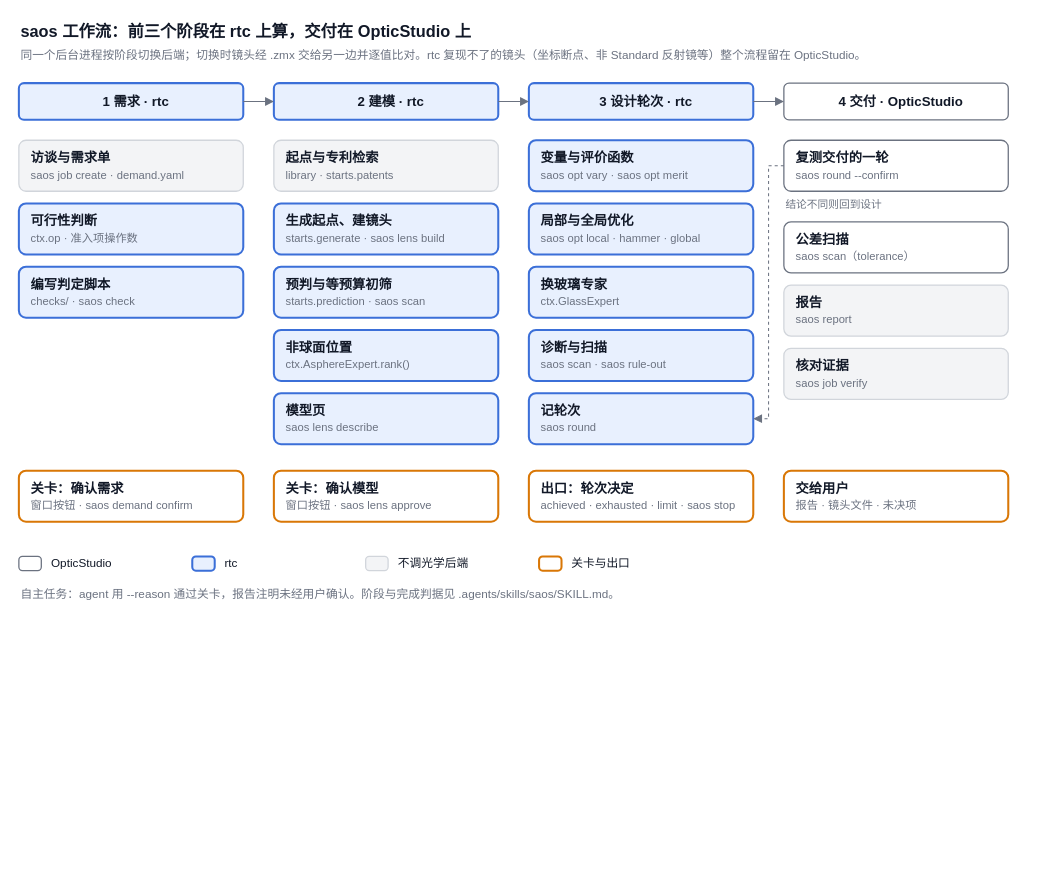
This is docs/workflow.drawio from Cyli00/saos, a draw.io file, before an edit. Source tidied: cells renumbered, new cells numbered last; positions are measured from the earlier drawing's top-left corner, leaving out a move shared by most shapes. Both pictures are drawn from the tidied source at 102%, with x=0, y=0 at pixel (18, 17).
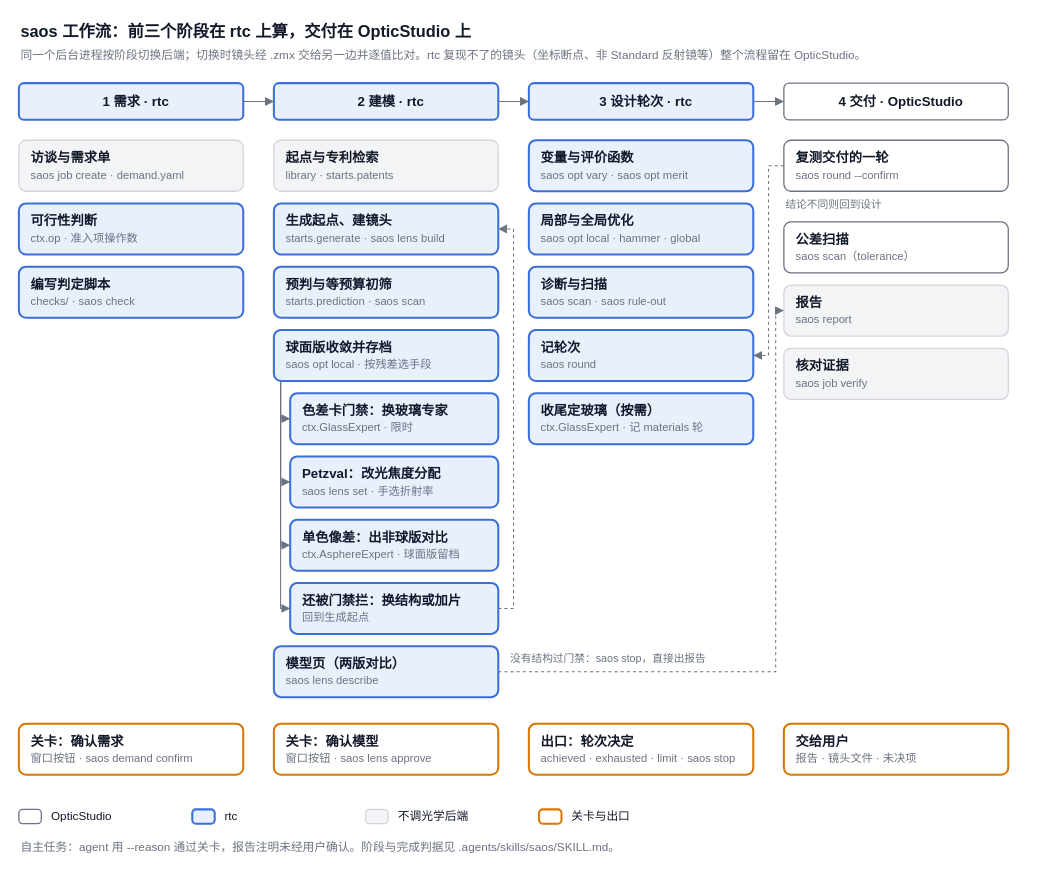
After the change.

Unchanged cells that the change refers to:
```xml
<mxCell id="11" value="&lt;b&gt;生成起点、建镜头&lt;/b&gt;&lt;br&gt;&lt;font style=&quot;font-size:11px&quot; color=&quot;#6B7280&quot;&gt;starts.generate · saos lens build&lt;/font&gt;" style="rounded=1;arcSize=14;whiteSpace=wrap;html=1;align=left;verticalAlign=middle;spacingLeft=10;fontSize=13;fontColor=#111827;fillColor=#E8F0FE;strokeColor=#3B6FD8;strokeWidth=2;" parent="1" vertex="1">
  <mxGeometry x="250" y="182" width="220" height="50" as="geometry" />
</mxCell>
<mxCell id="24" value="&lt;b&gt;复测交付的一轮&lt;/b&gt;&lt;br&gt;&lt;font style=&quot;font-size:11px&quot; color=&quot;#6B7280&quot;&gt;saos round --confirm&lt;/font&gt;" style="rounded=1;arcSize=14;whiteSpace=wrap;html=1;align=left;verticalAlign=middle;spacingLeft=10;fontSize=13;fontColor=#111827;fillColor=#FFFFFF;strokeColor=#6B7280;strokeWidth=1.25;" parent="1" vertex="1">
  <mxGeometry x="750" y="120" width="220" height="50" as="geometry" />
</mxCell>
<mxCell id="26" value="&lt;b&gt;报告&lt;/b&gt;&lt;br&gt;&lt;font style=&quot;font-size:11px&quot; color=&quot;#6B7280&quot;&gt;saos report&lt;/font&gt;" style="rounded=1;arcSize=14;whiteSpace=wrap;html=1;align=left;verticalAlign=middle;spacingLeft=10;fontSize=13;fontColor=#111827;fillColor=#F3F4F6;strokeColor=#D1D5DB;strokeWidth=1.25;" parent="1" vertex="1">
  <mxGeometry x="750" y="262" width="220" height="50" as="geometry" />
</mxCell>
```

The edit, as a diff of the source:
```diff
@@
     <mxCell id="8" value="&lt;b&gt;关卡：确认需求&lt;/b&gt;&lt;br&gt;&lt;font style=&quot;font-size:11px&quot; color=&quot;#6B7280&quot;&gt;窗口按钮 · saos demand confirm&lt;/font&gt;" style="rounded=1;arcSize=14;whiteSpace=wrap;html=1;align=left;verticalAlign=middle;spacingLeft=10;fontSize=13;fontColor=#111827;fillColor=#FFFFFF;strokeColor=#D97706;strokeWidth=2;" parent="1" vertex="1">
-      <mxGeometry y="444" width="220" height="50" as="geometry" />
+      <mxGeometry y="692" width="220" height="50" as="geometry" />
     </mxCell>
@@
-    <mxCell id="13" value="&lt;b&gt;非球面位置&lt;/b&gt;&lt;br&gt;&lt;font style=&quot;font-size:11px&quot; color=&quot;#6B7280&quot;&gt;ctx.AsphereExpert.rank()&lt;/font&gt;" style="rounded=1;arcSize=14;whiteSpace=wrap;html=1;align=left;verticalAlign=middle;spacingLeft=10;fontSize=13;fontColor=#111827;fillColor=#E8F0FE;strokeColor=#3B6FD8;strokeWidth=2;" parent="1" vertex="1">
+    <mxCell id="13" value="&lt;b&gt;球面版收敛并存档&lt;/b&gt;&lt;br&gt;&lt;font style=&quot;font-size:11px&quot; color=&quot;#6B7280&quot;&gt;saos opt local · 按残差选手段&lt;/font&gt;" style="rounded=1;arcSize=14;whiteSpace=wrap;html=1;align=left;verticalAlign=middle;spacingLeft=10;fontSize=13;fontColor=#111827;fillColor=#E8F0FE;strokeColor=#3B6FD8;strokeWidth=2;" parent="1" vertex="1">
       <mxGeometry x="250" y="306" width="220" height="50" as="geometry" />
     </mxCell>
+    <mxCell id="43" value="&lt;b&gt;色差卡门禁：换玻璃专家&lt;/b&gt;&lt;br&gt;&lt;font style=&quot;font-size:11px&quot; color=&quot;#6B7280&quot;&gt;ctx.GlassExpert · 限时&lt;/font&gt;" style="rounded=1;arcSize=14;whiteSpace=wrap;html=1;align=left;verticalAlign=middle;spacingLeft=10;fontSize=13;fontColor=#111827;fillColor=#E8F0FE;strokeColor=#3B6FD8;strokeWidth=2;" parent="1" vertex="1">
+      <mxGeometry x="266" y="368" width="204" height="50" as="geometry" />
+    </mxCell>
+    <mxCell id="44" value="&lt;b&gt;Petzval：改光焦度分配&lt;/b&gt;&lt;br&gt;&lt;font style=&quot;font-size:11px&quot; color=&quot;#6B7280&quot;&gt;saos lens set · 手选折射率&lt;/font&gt;" style="rounded=1;arcSize=14;whiteSpace=wrap;html=1;align=left;verticalAlign=middle;spacingLeft=10;fontSize=13;fontColor=#111827;fillColor=#E8F0FE;strokeColor=#3B6FD8;strokeWidth=2;" parent="1" vertex="1">
+      <mxGeometry x="266" y="430" width="204" height="50" as="geometry" />
+    </mxCell>
+    <mxCell id="45" value="&lt;b&gt;单色像差：出非球版对比&lt;/b&gt;&lt;br&gt;&lt;font style=&quot;font-size:11px&quot; color=&quot;#6B7280&quot;&gt;ctx.AsphereExpert · 球面版留档&lt;/font&gt;" style="rounded=1;arcSize=14;whiteSpace=wrap;html=1;align=left;verticalAlign=middle;spacingLeft=10;fontSize=13;fontColor=#111827;fillColor=#E8F0FE;strokeColor=#3B6FD8;strokeWidth=2;" parent="1" vertex="1">
+      <mxGeometry x="266" y="492" width="204" height="50" as="geometry" />
+    </mxCell>
+    <mxCell id="46" value="&lt;b&gt;还被门禁拦：换结构或加片&lt;/b&gt;&lt;br&gt;&lt;font style=&quot;font-size:11px&quot; color=&quot;#6B7280&quot;&gt;回到生成起点&lt;/font&gt;" style="rounded=1;arcSize=14;whiteSpace=wrap;html=1;align=left;verticalAlign=middle;spacingLeft=10;fontSize=13;fontColor=#111827;fillColor=#E8F0FE;strokeColor=#3B6FD8;strokeWidth=2;" parent="1" vertex="1">
+      <mxGeometry x="266" y="554" width="204" height="50" as="geometry" />
+    </mxCell>
-    <mxCell id="14" value="&lt;b&gt;模型页&lt;/b&gt;&lt;br&gt;&lt;font style=&quot;font-size:11px&quot; color=&quot;#6B7280&quot;&gt;saos lens describe&lt;/font&gt;" style="rounded=1;arcSize=14;whiteSpace=wrap;html=1;align=left;verticalAlign=middle;spacingLeft=10;fontSize=13;fontColor=#111827;fillColor=#E8F0FE;strokeColor=#3B6FD8;strokeWidth=2;" parent="1" vertex="1">
-      <mxGeometry x="250" y="368" width="220" height="50" as="geometry" />
+    <mxCell id="14" value="&lt;b&gt;模型页（两版对比）&lt;/b&gt;&lt;br&gt;&lt;font style=&quot;font-size:11px&quot; color=&quot;#6B7280&quot;&gt;saos lens describe&lt;/font&gt;" style="rounded=1;arcSize=14;whiteSpace=wrap;html=1;align=left;verticalAlign=middle;spacingLeft=10;fontSize=13;fontColor=#111827;fillColor=#E8F0FE;strokeColor=#3B6FD8;strokeWidth=2;" parent="1" vertex="1">
+      <mxGeometry x="250" y="616" width="220" height="50" as="geometry" />
     </mxCell>
     <mxCell id="15" value="&lt;b&gt;关卡：确认模型&lt;/b&gt;&lt;br&gt;&lt;font style=&quot;font-size:11px&quot; color=&quot;#6B7280&quot;&gt;窗口按钮 · saos lens approve&lt;/font&gt;" style="rounded=1;arcSize=14;whiteSpace=wrap;html=1;align=left;verticalAlign=middle;spacingLeft=10;fontSize=13;fontColor=#111827;fillColor=#FFFFFF;strokeColor=#D97706;strokeWidth=2;" parent="1" vertex="1">
-      <mxGeometry x="250" y="444" width="220" height="50" as="geometry" />
+      <mxGeometry x="250" y="692" width="220" height="50" as="geometry" />
     </mxCell>
@@
-    <mxCell id="19" value="&lt;b&gt;换玻璃专家&lt;/b&gt;&lt;br&gt;&lt;font style=&quot;font-size:11px&quot; color=&quot;#6B7280&quot;&gt;ctx.GlassExpert&lt;/font&gt;" style="rounded=1;arcSize=14;whiteSpace=wrap;html=1;align=left;verticalAlign=middle;spacingLeft=10;fontSize=13;fontColor=#111827;fillColor=#E8F0FE;strokeColor=#3B6FD8;strokeWidth=2;" parent="1" vertex="1">
-      <mxGeometry x="500" y="244" width="220" height="50" as="geometry" />
-    </mxCell>
     <mxCell id="20" value="&lt;b&gt;诊断与扫描&lt;/b&gt;&lt;br&gt;&lt;font style=&quot;font-size:11px&quot; color=&quot;#6B7280&quot;&gt;saos scan · saos rule-out&lt;/font&gt;" style="rounded=1;arcSize=14;whiteSpace=wrap;html=1;align=left;verticalAlign=middle;spacingLeft=10;fontSize=13;fontColor=#111827;fillColor=#E8F0FE;strokeColor=#3B6FD8;strokeWidth=2;" parent="1" vertex="1">
-      <mxGeometry x="500" y="306" width="220" height="50" as="geometry" />
+      <mxGeometry x="500" y="244" width="220" height="50" as="geometry" />
     </mxCell>
     <mxCell id="21" value="&lt;b&gt;记轮次&lt;/b&gt;&lt;br&gt;&lt;font style=&quot;font-size:11px&quot; color=&quot;#6B7280&quot;&gt;saos round&lt;/font&gt;" style="rounded=1;arcSize=14;whiteSpace=wrap;html=1;align=left;verticalAlign=middle;spacingLeft=10;fontSize=13;fontColor=#111827;fillColor=#E8F0FE;strokeColor=#3B6FD8;strokeWidth=2;" parent="1" vertex="1">
-      <mxGeometry x="500" y="368" width="220" height="50" as="geometry" />
+      <mxGeometry x="500" y="306" width="220" height="50" as="geometry" />
     </mxCell>
+    <mxCell id="47" value="&lt;b&gt;收尾定玻璃（按需）&lt;/b&gt;&lt;br&gt;&lt;font style=&quot;font-size:11px&quot; color=&quot;#6B7280&quot;&gt;ctx.GlassExpert · 记 materials 轮&lt;/font&gt;" style="rounded=1;arcSize=14;whiteSpace=wrap;html=1;align=left;verticalAlign=middle;spacingLeft=10;fontSize=13;fontColor=#111827;fillColor=#E8F0FE;strokeColor=#3B6FD8;strokeWidth=2;" parent="1" vertex="1">
+      <mxGeometry x="500" y="368" width="220" height="50" as="geometry" />
+    </mxCell>
     <mxCell id="22" value="&lt;b&gt;出口：轮次决定&lt;/b&gt;&lt;br&gt;&lt;font style=&quot;font-size:11px&quot; color=&quot;#6B7280&quot;&gt;achieved · exhausted · limit · saos stop&lt;/font&gt;" style="rounded=1;arcSize=14;whiteSpace=wrap;html=1;align=left;verticalAlign=middle;spacingLeft=10;fontSize=13;fontColor=#111827;fillColor=#FFFFFF;strokeColor=#D97706;strokeWidth=2;" parent="1" vertex="1">
-      <mxGeometry x="500" y="444" width="220" height="50" as="geometry" />
+      <mxGeometry x="500" y="692" width="220" height="50" as="geometry" />
     </mxCell>
@@
     <mxCell id="28" value="&lt;b&gt;交给用户&lt;/b&gt;&lt;br&gt;&lt;font style=&quot;font-size:11px&quot; color=&quot;#6B7280&quot;&gt;报告 · 镜头文件 · 未决项&lt;/font&gt;" style="rounded=1;arcSize=14;whiteSpace=wrap;html=1;align=left;verticalAlign=middle;spacingLeft=10;fontSize=13;fontColor=#111827;fillColor=#FFFFFF;strokeColor=#D97706;strokeWidth=2;" parent="1" vertex="1">
-      <mxGeometry x="750" y="444" width="220" height="50" as="geometry" />
+      <mxGeometry x="750" y="692" width="220" height="50" as="geometry" />
     </mxCell>
@@
     <mxCell id="32" style="edgeStyle=orthogonalEdgeStyle;rounded=0;html=1;endArrow=block;endFill=1;strokeColor=#6B7280;dashed=1;exitX=0;exitY=0.5;entryX=1;entryY=0.5;" parent="1" edge="1" source="24" target="21">
       <mxGeometry relative="1" as="geometry">
         <Array as="points">
           <mxPoint x="735" y="145" />
-          <mxPoint x="735" y="393" />
+          <mxPoint x="735" y="331" />
         </Array>
       </mxGeometry>
     </mxCell>
@@
+    <mxCell id="48" style="edgeStyle=orthogonalEdgeStyle;rounded=0;html=1;endArrow=block;endFill=1;strokeColor=#6B7280;dashed=1;exitX=1;exitY=0.5;entryX=0;entryY=0.5;" parent="1" edge="1" source="14" target="26">
+      <mxGeometry relative="1" as="geometry">
+        <Array as="points">
+          <mxPoint x="742" y="641" />
+          <mxPoint x="742" y="287" />
+        </Array>
+      </mxGeometry>
+    </mxCell>
+    <mxCell id="49" value="没有结构过门禁：saos stop，直接出报告" style="text;html=1;align=left;verticalAlign=middle;whiteSpace=wrap;strokeColor=none;fillColor=none;fontSize=10.5;fontColor=#6B7280;" parent="1" vertex="1">
+      <mxGeometry x="480" y="619" width="250" height="18" as="geometry" />
+    </mxCell>
+    <mxCell id="50" style="edgeStyle=orthogonalEdgeStyle;rounded=0;html=1;endArrow=block;endFill=1;strokeColor=#6B7280;exitX=0.03;exitY=1;entryX=0;entryY=0.5;" parent="1" edge="1" source="13" target="43">
+      <mxGeometry relative="1" as="geometry">
+        <Array as="points">
+          <mxPoint x="257" y="393" />
+        </Array>
+      </mxGeometry>
+    </mxCell>
+    <mxCell id="51" style="edgeStyle=orthogonalEdgeStyle;rounded=0;html=1;endArrow=block;endFill=1;strokeColor=#6B7280;exitX=0.03;exitY=1;entryX=0;entryY=0.5;" parent="1" edge="1" source="13" target="44">
+      <mxGeometry relative="1" as="geometry">
+        <Array as="points">
+          <mxPoint x="257" y="455" />
+        </Array>
+      </mxGeometry>
+    </mxCell>
+    <mxCell id="52" style="edgeStyle=orthogonalEdgeStyle;rounded=0;html=1;endArrow=block;endFill=1;strokeColor=#6B7280;exitX=0.03;exitY=1;entryX=0;entryY=0.5;" parent="1" edge="1" source="13" target="45">
+      <mxGeometry relative="1" as="geometry">
+        <Array as="points">
+          <mxPoint x="257" y="517" />
+        </Array>
+      </mxGeometry>
+    </mxCell>
+    <mxCell id="53" style="edgeStyle=orthogonalEdgeStyle;rounded=0;html=1;endArrow=block;endFill=1;strokeColor=#6B7280;exitX=0.03;exitY=1;entryX=0;entryY=0.5;" parent="1" edge="1" source="13" target="46">
+      <mxGeometry relative="1" as="geometry">
+        <Array as="points">
+          <mxPoint x="257" y="579" />
+        </Array>
+      </mxGeometry>
+    </mxCell>
+    <mxCell id="54" style="edgeStyle=orthogonalEdgeStyle;rounded=0;html=1;endArrow=block;endFill=1;strokeColor=#6B7280;dashed=1;exitX=1;exitY=0.5;entryX=1;entryY=0.5;" parent="1" edge="1" source="46" target="11">
+      <mxGeometry relative="1" as="geometry">
+        <Array as="points">
+          <mxPoint x="485" y="579" />
+          <mxPoint x="485" y="207" />
+        </Array>
+      </mxGeometry>
+    </mxCell>
     <mxCell id="34" style="rounded=1;arcSize=25;html=1;fillColor=#FFFFFF;strokeColor=#6B7280;strokeWidth=1.25;" parent="1" vertex="1">
-      <mxGeometry y="528" width="22" height="14" as="geometry" />
+      <mxGeometry y="776" width="22" height="14" as="geometry" />
     </mxCell>
     <mxCell id="35" value="OpticStudio" style="text;html=1;align=left;verticalAlign=middle;whiteSpace=wrap;strokeColor=none;fillColor=none;fontSize=11.5;fontColor=#111827;" parent="1" vertex="1">
-      <mxGeometry x="30" y="524" width="130" height="22" as="geometry" />
+      <mxGeometry x="30" y="772" width="130" height="22" as="geometry" />
     </mxCell>
     <mxCell id="36" style="rounded=1;arcSize=25;html=1;fillColor=#E8F0FE;strokeColor=#3B6FD8;strokeWidth=2;" parent="1" vertex="1">
-      <mxGeometry x="170" y="528" width="22" height="14" as="geometry" />
+      <mxGeometry x="170" y="776" width="22" height="14" as="geometry" />
     </mxCell>
     <mxCell id="37" value="rtc" style="text;html=1;align=left;verticalAlign=middle;whiteSpace=wrap;strokeColor=none;fillColor=none;fontSize=11.5;fontColor=#111827;" parent="1" vertex="1">
-      <mxGeometry x="200" y="524" width="130" height="22" as="geometry" />
+      <mxGeometry x="200" y="772" width="130" height="22" as="geometry" />
     </mxCell>
     <mxCell id="38" style="rounded=1;arcSize=25;html=1;fillColor=#F3F4F6;strokeColor=#D1D5DB;strokeWidth=1.25;" parent="1" vertex="1">
-      <mxGeometry x="340" y="528" width="22" height="14" as="geometry" />
+      <mxGeometry x="340" y="776" width="22" height="14" as="geometry" />
     </mxCell>
     <mxCell id="39" value="不调光学后端" style="text;html=1;align=left;verticalAlign=middle;whiteSpace=wrap;strokeColor=none;fillColor=none;fontSize=11.5;fontColor=#111827;" parent="1" vertex="1">
-      <mxGeometry x="370" y="524" width="130" height="22" as="geometry" />
+      <mxGeometry x="370" y="772" width="130" height="22" as="geometry" />
     </mxCell>
     <mxCell id="40" style="rounded=1;arcSize=25;html=1;fillColor=#FFFFFF;strokeColor=#D97706;strokeWidth=2;" parent="1" vertex="1">
-      <mxGeometry x="510" y="528" width="22" height="14" as="geometry" />
+      <mxGeometry x="510" y="776" width="22" height="14" as="geometry" />
     </mxCell>
     <mxCell id="41" value="关卡与出口" style="text;html=1;align=left;verticalAlign=middle;whiteSpace=wrap;strokeColor=none;fillColor=none;fontSize=11.5;fontColor=#111827;" parent="1" vertex="1">
-      <mxGeometry x="540" y="524" width="130" height="22" as="geometry" />
+      <mxGeometry x="540" y="772" width="130" height="22" as="geometry" />
     </mxCell>
     <mxCell id="42" value="自主任务：agent 用 --reason 通过关卡，报告注明未经用户确认。阶段与完成判据见 .agents/skills/saos/SKILL.md。" style="text;html=1;align=left;verticalAlign=middle;whiteSpace=wrap;strokeColor=none;fillColor=none;fontSize=11.5;fontColor=#6B7280;" parent="1" vertex="1">
-      <mxGeometry y="554" width="900" height="22" as="geometry" />
+      <mxGeometry y="802" width="900" height="22" as="geometry" />
     </mxCell>
```
